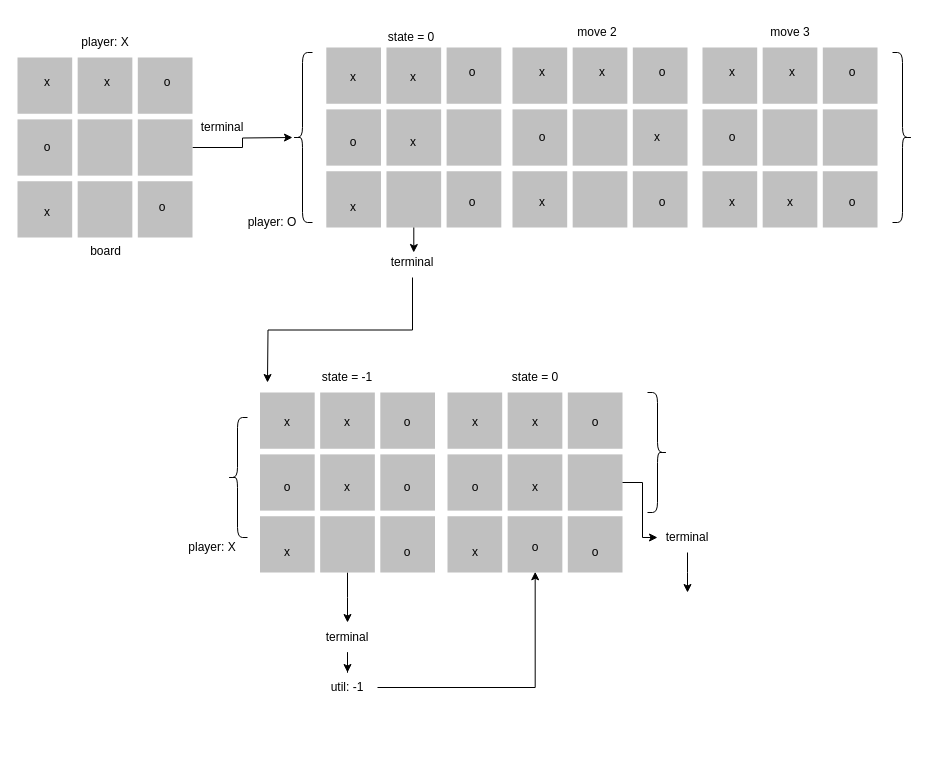
Above: tictactoe.drawio in MathiasEthan/drawio-diagrams (draw.io), before the change. Source tidied: cells renumbered, new cells numbered last; positions are measured from the earlier drawing's top-left corner, leaving out a move shared by most shapes. Both pictures are drawn from the tidied source at 100%, with x=0, y=0 at pixel (17, 17).
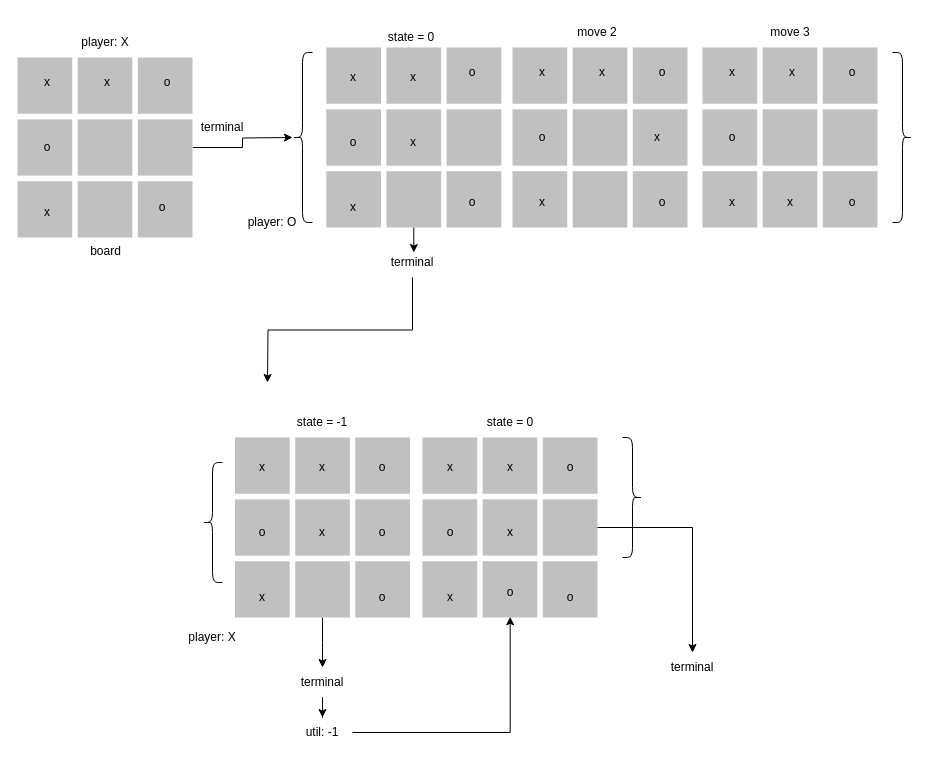
Above is the later version.

The edit, as a diff of the source:
```diff
@@
     <mxCell id="45" style="edgeStyle=orthogonalEdgeStyle;rounded=0;jettySize=auto;html=1;" parent="1" edge="1" source="46">
       <mxGeometry relative="1" as="geometry">
-        <mxPoint x="330" y="605" as="targetPoint" />
+        <mxPoint x="305" y="650" as="targetPoint" />
       </mxGeometry>
     </mxCell>
     <mxCell id="46" style="html=1;verticalLabelPosition=bottom;labelBackgroundColor=#ffffff;verticalAlign=top;shadow=0;dashed=0;strokeWidth=1;shape=mxgraph.ios7ui.iconGrid;fillColor=#c0c0c0;gridSize=3,3;" parent="1" vertex="1">
-      <mxGeometry x="242.5" y="375" width="175" height="180" as="geometry" />
+      <mxGeometry x="217.5" y="420" width="175" height="180" as="geometry" />
     </mxCell>
     <mxCell id="47" value="x" style="text;strokeColor=none;align=center;fillColor=none;html=1;verticalAlign=middle;whiteSpace=wrap;rounded=0;" parent="1" vertex="1">
-      <mxGeometry x="300" y="390" width="60" height="30" as="geometry" />
+      <mxGeometry x="275" y="435" width="60" height="30" as="geometry" />
     </mxCell>
     <mxCell id="48" value="x" style="text;strokeColor=none;align=center;fillColor=none;html=1;verticalAlign=middle;whiteSpace=wrap;rounded=0;" parent="1" vertex="1">
-      <mxGeometry x="240" y="390" width="60" height="30" as="geometry" />
+      <mxGeometry x="215" y="435" width="60" height="30" as="geometry" />
     </mxCell>
     <mxCell id="49" value="o" style="text;strokeColor=none;align=center;fillColor=none;html=1;verticalAlign=middle;whiteSpace=wrap;rounded=0;" parent="1" vertex="1">
-      <mxGeometry x="360" y="390" width="60" height="30" as="geometry" />
+      <mxGeometry x="335" y="435" width="60" height="30" as="geometry" />
     </mxCell>
     <mxCell id="50" value="o" style="text;strokeColor=none;align=center;fillColor=none;html=1;verticalAlign=middle;whiteSpace=wrap;rounded=0;" parent="1" vertex="1">
-      <mxGeometry x="240" y="445" width="60" height="50" as="geometry" />
+      <mxGeometry x="215" y="490" width="60" height="50" as="geometry" />
     </mxCell>
     <mxCell id="51" value="x" style="text;strokeColor=none;align=center;fillColor=none;html=1;verticalAlign=middle;whiteSpace=wrap;rounded=0;" parent="1" vertex="1">
-      <mxGeometry x="240" y="520" width="60" height="30" as="geometry" />
+      <mxGeometry x="215" y="565" width="60" height="30" as="geometry" />
     </mxCell>
     <mxCell id="52" value="o" style="text;strokeColor=none;align=center;fillColor=none;html=1;verticalAlign=middle;whiteSpace=wrap;rounded=0;" parent="1" vertex="1">
-      <mxGeometry x="360" y="520" width="60" height="30" as="geometry" />
+      <mxGeometry x="335" y="565" width="60" height="30" as="geometry" />
     </mxCell>
     <mxCell id="53" value="x" style="text;strokeColor=none;align=center;fillColor=none;html=1;verticalAlign=middle;whiteSpace=wrap;rounded=0;" parent="1" vertex="1">
-      <mxGeometry x="300" y="455" width="60" height="30" as="geometry" />
+      <mxGeometry x="275" y="500" width="60" height="30" as="geometry" />
     </mxCell>
-    <mxCell id="54" style="edgeStyle=orthogonalEdgeStyle;rounded=0;jettySize=auto;html=1;" parent="1" edge="1" source="73">
-      <mxGeometry relative="1" as="geometry">
-        <mxPoint x="670" y="575" as="targetPoint" />
-      </mxGeometry>
-    </mxCell>
     <mxCell id="55" style="html=1;verticalLabelPosition=bottom;labelBackgroundColor=#ffffff;verticalAlign=top;shadow=0;dashed=0;strokeWidth=1;shape=mxgraph.ios7ui.iconGrid;fillColor=#c0c0c0;gridSize=3,3;" parent="1" vertex="1">
-      <mxGeometry x="430" y="375" width="175" height="180" as="geometry" />
+      <mxGeometry x="405" y="420" width="175" height="180" as="geometry" />
     </mxCell>
     <mxCell id="56" value="x" style="text;strokeColor=none;align=center;fillColor=none;html=1;verticalAlign=middle;whiteSpace=wrap;rounded=0;" parent="1" vertex="1">
-      <mxGeometry x="487.5" y="390" width="60" height="30" as="geometry" />
+      <mxGeometry x="462.5" y="435" width="60" height="30" as="geometry" />
     </mxCell>
     <mxCell id="57" value="x" style="text;strokeColor=none;align=center;fillColor=none;html=1;verticalAlign=middle;whiteSpace=wrap;rounded=0;" parent="1" vertex="1">
-      <mxGeometry x="427.5" y="390" width="60" height="30" as="geometry" />
+      <mxGeometry x="402.5" y="435" width="60" height="30" as="geometry" />
     </mxCell>
     <mxCell id="58" value="o" style="text;strokeColor=none;align=center;fillColor=none;html=1;verticalAlign=middle;whiteSpace=wrap;rounded=0;" parent="1" vertex="1">
-      <mxGeometry x="547.5" y="390" width="60" height="30" as="geometry" />
+      <mxGeometry x="522.5" y="435" width="60" height="30" as="geometry" />
     </mxCell>
     <mxCell id="59" value="o" style="text;strokeColor=none;align=center;fillColor=none;html=1;verticalAlign=middle;whiteSpace=wrap;rounded=0;" parent="1" vertex="1">
-      <mxGeometry x="427.5" y="445" width="60" height="50" as="geometry" />
+      <mxGeometry x="402.5" y="490" width="60" height="50" as="geometry" />
     </mxCell>
     <mxCell id="60" value="x" style="text;strokeColor=none;align=center;fillColor=none;html=1;verticalAlign=middle;whiteSpace=wrap;rounded=0;" parent="1" vertex="1">
-      <mxGeometry x="427.5" y="520" width="60" height="30" as="geometry" />
+      <mxGeometry x="402.5" y="565" width="60" height="30" as="geometry" />
     </mxCell>
     <mxCell id="61" value="o" style="text;strokeColor=none;align=center;fillColor=none;html=1;verticalAlign=middle;whiteSpace=wrap;rounded=0;" parent="1" vertex="1">
-      <mxGeometry x="547.5" y="520" width="60" height="30" as="geometry" />
+      <mxGeometry x="522.5" y="565" width="60" height="30" as="geometry" />
     </mxCell>
     <mxCell id="62" value="x" style="text;strokeColor=none;align=center;fillColor=none;html=1;verticalAlign=middle;whiteSpace=wrap;rounded=0;" parent="1" vertex="1">
-      <mxGeometry x="487.5" y="455" width="60" height="30" as="geometry" />
+      <mxGeometry x="462.5" y="500" width="60" height="30" as="geometry" />
     </mxCell>
     <mxCell id="63" value="o" style="text;strokeColor=none;align=center;fillColor=none;html=1;verticalAlign=middle;whiteSpace=wrap;rounded=0;" parent="1" vertex="1">
-      <mxGeometry x="360" y="455" width="60" height="30" as="geometry" />
+      <mxGeometry x="335" y="500" width="60" height="30" as="geometry" />
     </mxCell>
     <mxCell id="64" value="o" style="text;strokeColor=none;align=center;fillColor=none;html=1;verticalAlign=middle;whiteSpace=wrap;rounded=0;" parent="1" vertex="1">
-      <mxGeometry x="487.5" y="515" width="60" height="30" as="geometry" />
+      <mxGeometry x="462.5" y="560" width="60" height="30" as="geometry" />
     </mxCell>
     <mxCell id="65" style="shape=curlyBracket;whiteSpace=wrap;html=1;rounded=1;labelPosition=left;verticalLabelPosition=middle;align=right;verticalAlign=middle;" parent="1" vertex="1">
-      <mxGeometry x="210" y="400" width="20" height="120" as="geometry" />
+      <mxGeometry x="185" y="445" width="20" height="120" as="geometry" />
     </mxCell>
     <mxCell id="66" style="shape=curlyBracket;whiteSpace=wrap;html=1;rounded=1;flipH=1;labelPosition=right;verticalLabelPosition=middle;align=left;verticalAlign=middle;" parent="1" vertex="1">
-      <mxGeometry x="630" y="375" width="20" height="120" as="geometry" />
+      <mxGeometry x="605" y="420" width="20" height="120" as="geometry" />
     </mxCell>
     <mxCell id="67" value="player: X" style="text;strokeColor=none;align=center;fillColor=none;html=1;verticalAlign=middle;whiteSpace=wrap;rounded=0;" parent="1" vertex="1">
-      <mxGeometry x="165" y="515" width="60" height="30" as="geometry" />
+      <mxGeometry x="165" y="605" width="60" height="30" as="geometry" />
     </mxCell>
@@
     <mxCell id="69" value="&lt;font style=&quot;color: light-dark(rgb(0, 0, 0), rgb(0, 204, 0));&quot;&gt;terminal&lt;/font&gt;" style="text;strokeColor=none;align=center;fillColor=none;html=1;verticalAlign=middle;whiteSpace=wrap;rounded=0;" parent="1" vertex="1">
-      <mxGeometry x="300" y="605" width="60" height="30" as="geometry" />
+      <mxGeometry x="275" y="650" width="60" height="30" as="geometry" />
     </mxCell>
     <mxCell id="70" value="util: -1" style="text;strokeColor=none;align=center;fillColor=none;html=1;verticalAlign=middle;whiteSpace=wrap;rounded=0;" parent="1" vertex="1">
-      <mxGeometry x="300" y="655" width="60" height="30" as="geometry" />
+      <mxGeometry x="275" y="700" width="60" height="30" as="geometry" />
     </mxCell>
@@
     <mxCell id="73" value="&lt;font style=&quot;color: light-dark(rgb(0, 0, 0), rgb(204, 0, 0));&quot;&gt;terminal&lt;/font&gt;" style="text;strokeColor=none;align=center;fillColor=none;html=1;verticalAlign=middle;whiteSpace=wrap;rounded=0;" parent="1" vertex="1">
-      <mxGeometry x="640" y="505" width="60" height="30" as="geometry" />
+      <mxGeometry x="645" y="635" width="60" height="30" as="geometry" />
     </mxCell>
     <mxCell id="74" value="state = -1" style="text;strokeColor=none;align=center;fillColor=none;html=1;verticalAlign=middle;whiteSpace=wrap;rounded=0;" parent="1" vertex="1">
-      <mxGeometry x="300" y="345" width="60" height="30" as="geometry" />
+      <mxGeometry x="275" y="390" width="60" height="30" as="geometry" />
     </mxCell>
     <mxCell id="75" value="state = 0" style="text;strokeColor=none;align=center;fillColor=none;html=1;verticalAlign=middle;whiteSpace=wrap;rounded=0;" parent="1" vertex="1">
-      <mxGeometry x="487.5" y="345" width="60" height="30" as="geometry" />
+      <mxGeometry x="462.5" y="390" width="60" height="30" as="geometry" />
     </mxCell>
```
